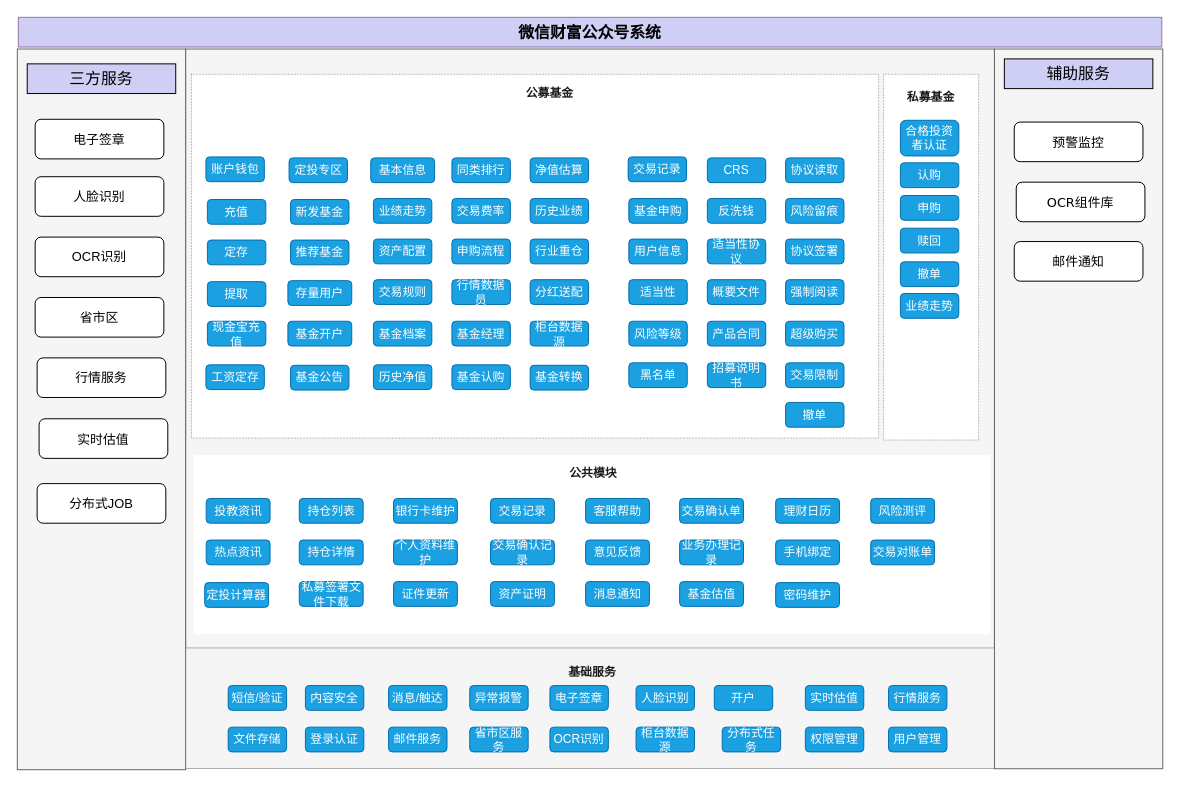
Earlier version of the draw.io diagram 微信财富公众号系统-业务架构.drawio (ammengke/my-drawio). Source tidied: cells renumbered, new cells numbered last; positions are measured from the earlier drawing's top-left corner, leaving out a move shared by most shapes. Both pictures are drawn from the tidied source at 99%, with x=0, y=0 at pixel (17, 17).
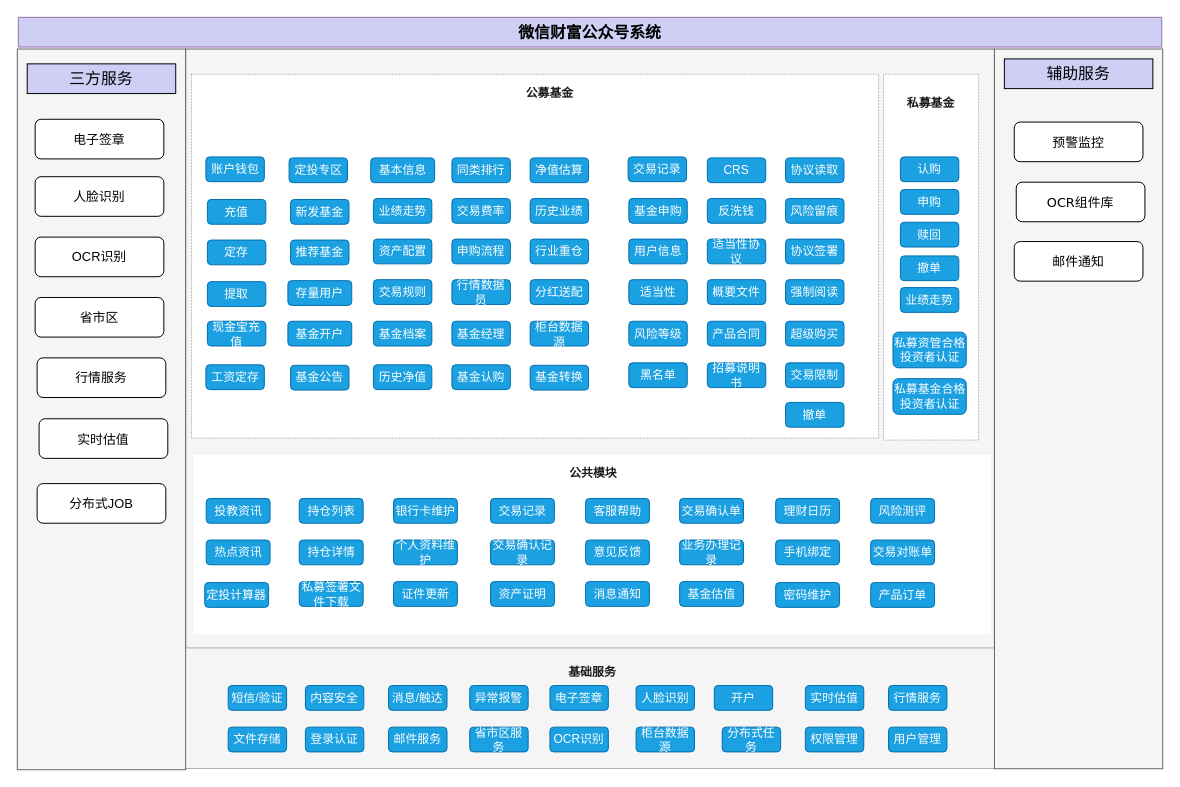
The same page after the edit.

Commit message:
更新微信财富公众号系统-业务架构.drawio

What changed in the source:
```diff
@@
     <mxCell id="21" value="私募基金" style="text;html=1;strokeColor=none;fillColor=none;align=center;verticalAlign=middle;whiteSpace=wrap;rounded=0;dashed=1;dashPattern=1 2;fontColor=#1A1A1A;fontStyle=1;" parent="1" vertex="1">
-      <mxGeometry x="893" y="66" width="60" height="30" as="geometry" />
+      <mxGeometry x="893" y="72" width="60" height="30" as="geometry" />
     </mxCell>
-    <mxCell id="22" value="合格投资者认证" style="text;html=1;strokeColor=#006EAF;fillColor=#1ba1e2;align=center;verticalAlign=middle;whiteSpace=wrap;rounded=1;fontColor=#ffffff;" parent="1" vertex="1">
-      <mxGeometry x="892" y="104" width="59" height="36" as="geometry" />
+    <mxCell id="22" value="私募资管合格投资者认证" style="text;html=1;strokeColor=#006EAF;fillColor=#1ba1e2;align=center;verticalAlign=middle;whiteSpace=wrap;rounded=1;fontColor=#ffffff;" parent="1" vertex="1">
+      <mxGeometry x="884.5" y="318" width="74" height="36" as="geometry" />
     </mxCell>
@@
     <mxCell id="24" value="认购" style="text;html=1;strokeColor=#006EAF;fillColor=#1ba1e2;align=center;verticalAlign=middle;whiteSpace=wrap;rounded=1;fontColor=#ffffff;" parent="1" vertex="1">
-      <mxGeometry x="892" y="147" width="59" height="25" as="geometry" />
+      <mxGeometry x="892" y="141" width="59" height="25" as="geometry" />
     </mxCell>
     <mxCell id="25" value="申购" style="text;html=1;strokeColor=#006EAF;fillColor=#1ba1e2;align=center;verticalAlign=middle;whiteSpace=wrap;rounded=1;fontColor=#ffffff;" parent="1" vertex="1">
-      <mxGeometry x="892" y="180" width="59" height="25" as="geometry" />
+      <mxGeometry x="892" y="174" width="59" height="25" as="geometry" />
     </mxCell>
     <mxCell id="26" value="业绩走势" style="text;html=1;strokeColor=#006EAF;fillColor=#1ba1e2;align=center;verticalAlign=middle;whiteSpace=wrap;rounded=1;fontColor=#ffffff;" parent="1" vertex="1">
-      <mxGeometry x="892" y="279" width="59" height="25" as="geometry" />
+      <mxGeometry x="892" y="273" width="59" height="25" as="geometry" />
     </mxCell>
     <mxCell id="27" value="赎回" style="text;html=1;strokeColor=#006EAF;fillColor=#1ba1e2;align=center;verticalAlign=middle;whiteSpace=wrap;rounded=1;fontColor=#ffffff;" parent="1" vertex="1">
-      <mxGeometry x="892" y="213" width="59" height="25" as="geometry" />
+      <mxGeometry x="892" y="207" width="59" height="25" as="geometry" />
     </mxCell>
     <mxCell id="28" value="撤单" style="text;html=1;strokeColor=#006EAF;fillColor=#1ba1e2;align=center;verticalAlign=middle;whiteSpace=wrap;rounded=1;fontColor=#ffffff;" parent="1" vertex="1">
-      <mxGeometry x="892" y="247" width="59" height="25" as="geometry" />
+      <mxGeometry x="892" y="241" width="59" height="25" as="geometry" />
     </mxCell>
@@
+    <mxCell id="122" value="产品订单" style="text;html=1;strokeColor=#006EAF;fillColor=#1ba1e2;align=center;verticalAlign=middle;whiteSpace=wrap;rounded=1;fontColor=#ffffff;" parent="1" vertex="1">
+      <mxGeometry x="862" y="571" width="64.5" height="25" as="geometry" />
+    </mxCell>
+    <mxCell id="123" value="私募基金合格投资者认证" style="text;html=1;strokeColor=#006EAF;fillColor=#1ba1e2;align=center;verticalAlign=middle;whiteSpace=wrap;rounded=1;fontColor=#ffffff;" parent="1" vertex="1">
+      <mxGeometry x="884.5" y="365" width="74" height="36" as="geometry" />
+    </mxCell>
```
